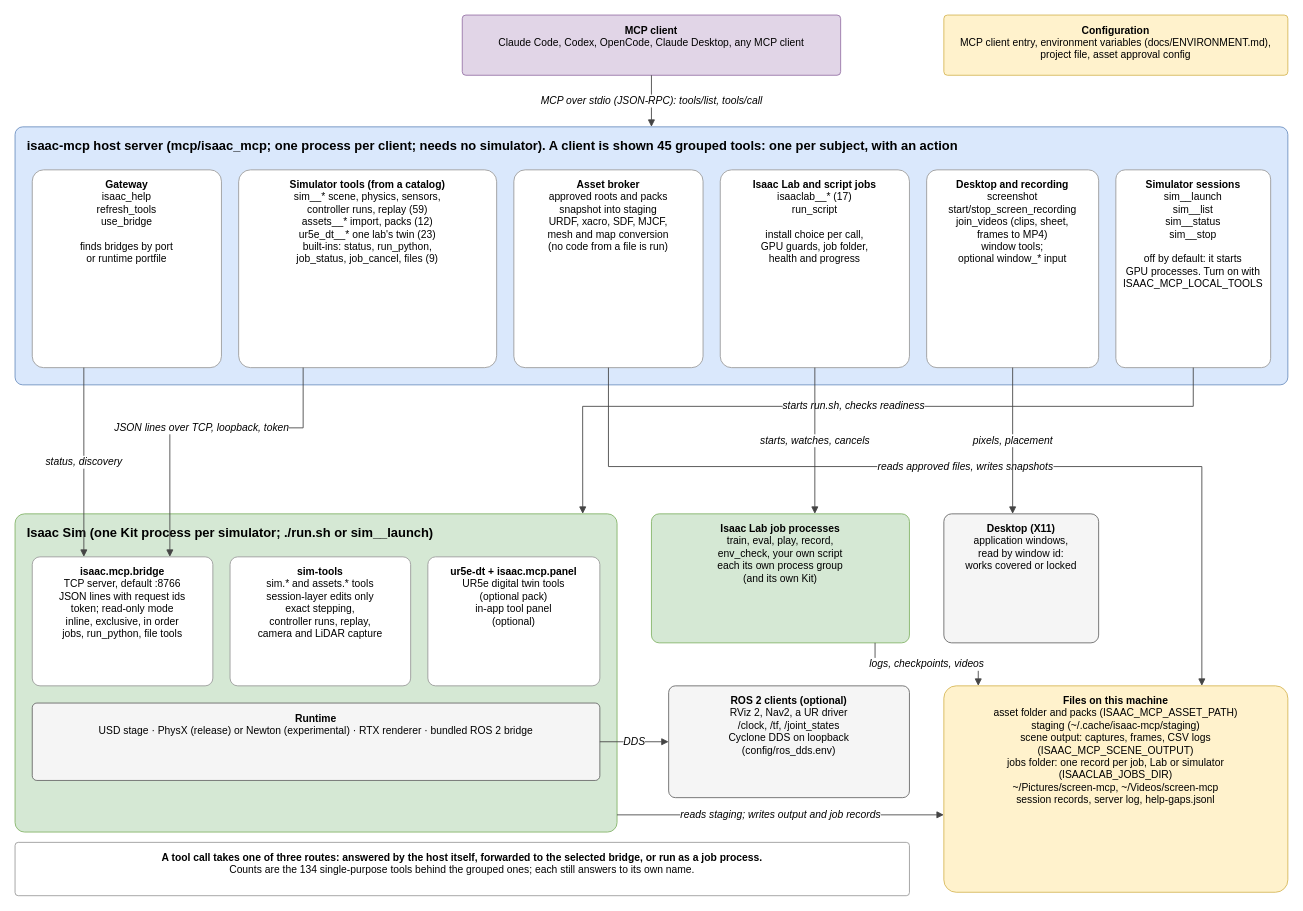
Earlier version of the draw.io diagram docs/architecture.drawio (kalebcoleman/isaac-mcp). Source tidied: cells renumbered, new cells numbered last; positions are measured from the earlier drawing's top-left corner, leaving out a move shared by most shapes. Both pictures are drawn from the tidied source at 86%, with x=0, y=0 at pixel (15, 15).
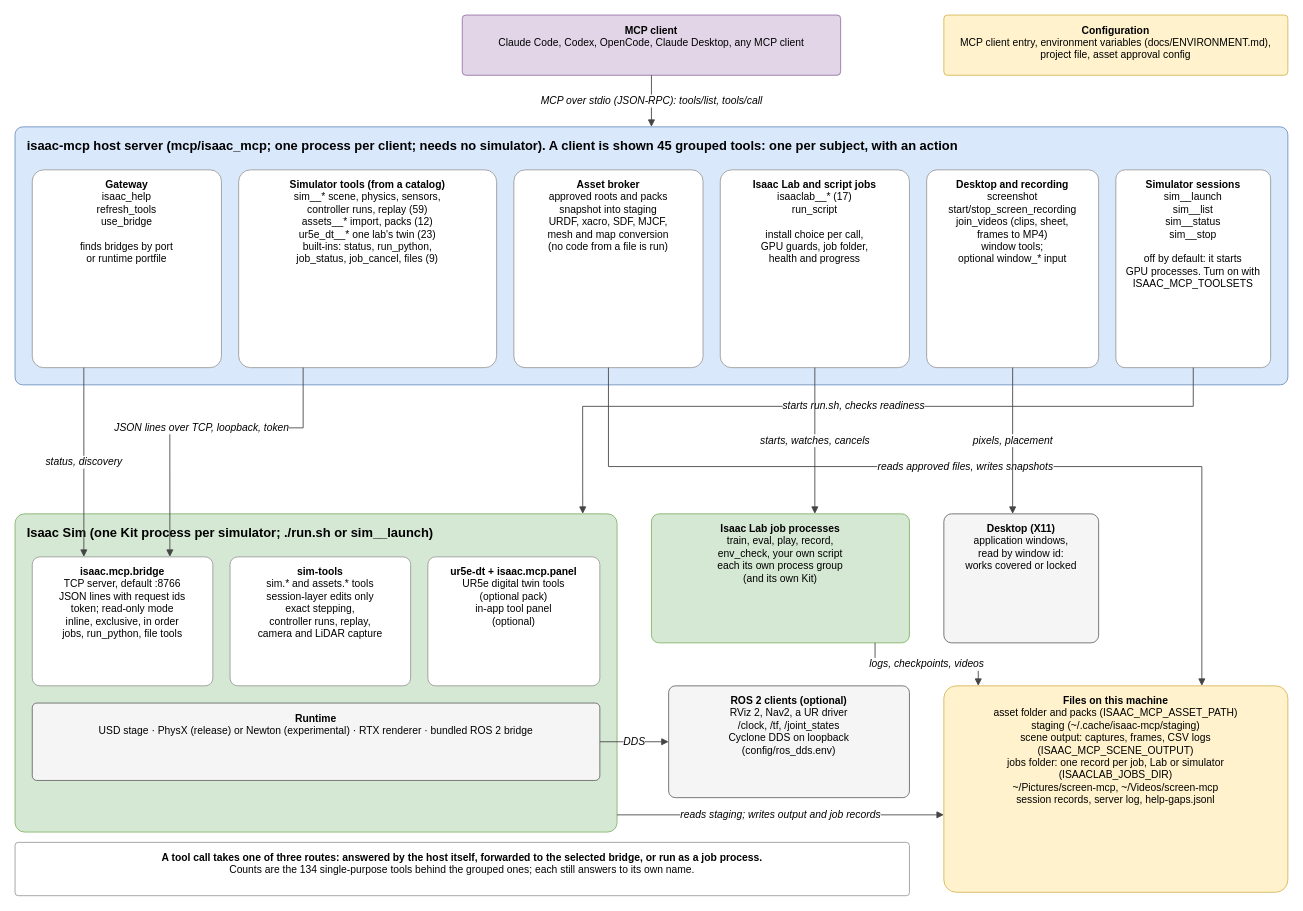
The same diagram, later.

Change to the diagram source:
```diff
@@
-    <mxCell id="10" value="&lt;b&gt;Simulator sessions&lt;/b&gt;&lt;br&gt;sim__launch&lt;br&gt;sim__list&lt;br&gt;sim__status&lt;br&gt;sim__stop&lt;br&gt;&lt;br&gt;off by default: it starts&lt;br&gt;GPU processes. Turn on with&lt;br&gt;ISAAC_MCP_LOCAL_TOOLS" style="rounded=1;arcSize=6;whiteSpace=wrap;html=1;fillColor=#ffffff;strokeColor=#999999;verticalAlign=top;spacingTop=4;fontSize=12;" parent="1" vertex="1">
+    <mxCell id="10" value="&lt;b&gt;Simulator sessions&lt;/b&gt;&lt;br&gt;sim__launch&lt;br&gt;sim__list&lt;br&gt;sim__status&lt;br&gt;sim__stop&lt;br&gt;&lt;br&gt;off by default: it starts&lt;br&gt;GPU processes. Turn on with&lt;br&gt;ISAAC_MCP_TOOLSETS" style="rounded=1;arcSize=6;whiteSpace=wrap;html=1;fillColor=#ffffff;strokeColor=#999999;verticalAlign=top;spacingTop=4;fontSize=12;" parent="1" vertex="1">
       <mxGeometry x="1280" y="180" width="180" height="230" as="geometry" />
     </mxCell>
```
